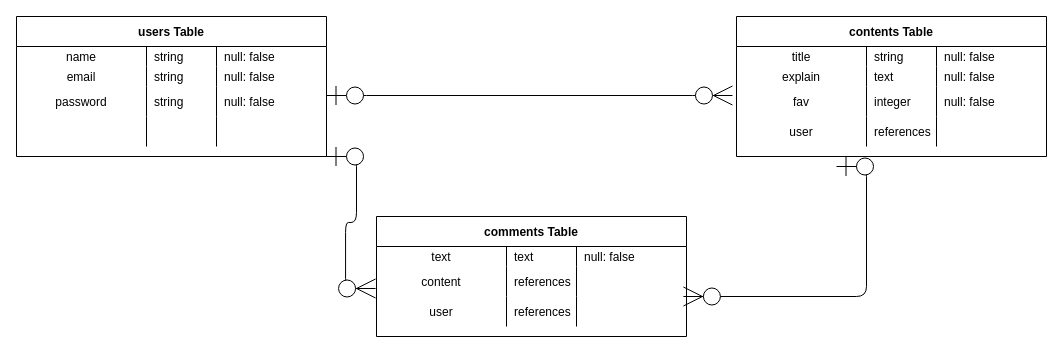
This is ER.dio from kato-0126/shakujii-forest, a draw.io file, before an edit. Source tidied: cells renumbered, new cells numbered last; positions are measured from the earlier drawing's top-left corner, leaving out a move shared by most shapes. Both pictures are drawn from the tidied source at 100%, with x=0, y=0 at pixel (16, 16).
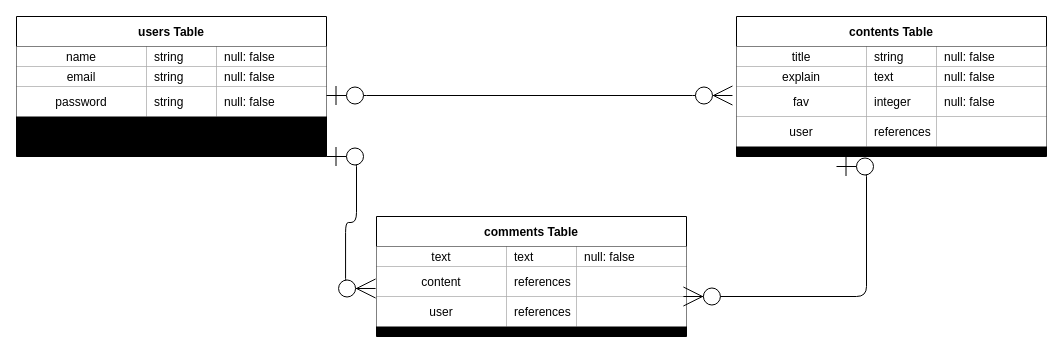
The same diagram, later.

The change refers to these unchanged cells:
```xml
<mxCell id="3" style="shape=partialRectangle;fillColor=none;top=0;left=0;bottom=0;right=0;" parent="2" vertex="1">
  <mxGeometry y="30" width="310" height="20" as="geometry" />
</mxCell>
<mxCell id="7" style="shape=partialRectangle;fillColor=none;top=0;left=0;bottom=0;right=0;" parent="2" vertex="1">
  <mxGeometry y="50" width="310" height="20" as="geometry" />
</mxCell>
<mxCell id="11" style="shape=partialRectangle;fillColor=none;top=0;left=0;bottom=0;right=0;points=[[0,0.5],[1,0.5]];portConstraint=eastwest;" parent="2" vertex="1">
  <mxGeometry y="70" width="310" height="30" as="geometry" />
</mxCell>
<mxCell id="15" style="shape=partialRectangle;fillColor=none;top=0;left=0;bottom=0;right=0;" parent="2" vertex="1">
  <mxGeometry y="100" width="310" height="30" as="geometry" />
</mxCell>
<mxCell id="20" style="shape=partialRectangle;fillColor=none;top=0;left=0;bottom=0;right=0;" parent="19" vertex="1">
  <mxGeometry y="30" width="310" height="20" as="geometry" />
</mxCell>
<mxCell id="24" style="shape=partialRectangle;fillColor=none;top=0;left=0;bottom=0;right=0;" parent="19" vertex="1">
  <mxGeometry y="50" width="310" height="20" as="geometry" />
</mxCell>
<mxCell id="28" style="shape=partialRectangle;fillColor=none;top=0;left=0;bottom=0;right=0;" parent="19" vertex="1">
  <mxGeometry y="70" width="310" height="30" as="geometry" />
</mxCell>
<mxCell id="38" style="shape=partialRectangle;fillColor=none;top=0;left=0;bottom=0;right=0;" parent="37" vertex="1">
  <mxGeometry y="30" width="310" height="20" as="geometry" />
</mxCell>
<mxCell id="42" style="shape=partialRectangle;fillColor=none;top=0;left=0;bottom=0;right=0;points=[[0,0.5],[1,0.5]];portConstraint=eastwest;" parent="37" vertex="1">
  <mxGeometry y="50" width="310" height="30" as="geometry" />
</mxCell>
<mxCell id="46" style="shape=partialRectangle;fillColor=none;top=0;left=0;bottom=0;right=0;points=[[0,0.5],[1,0.5]];portConstraint=eastwest;" parent="37" vertex="1">
  <mxGeometry y="80" width="310" height="30" as="geometry" />
</mxCell>
```

Change to the diagram source:
```diff
@@
-    <mxCell id="2" value="contents Table" style="shape=table;startSize=30;childLayout=tableLayout;rowLines=0;fontStyle=1;align=center;strokeWidth=1;" parent="1" vertex="1">
+    <mxCell id="2" value="contents Table" style="shape=table;startSize=30;childLayout=tableLayout;rowLines=0;fontStyle=1;align=center;strokeWidth=1;swimlaneFillColor=#000000;labelBorderColor=none;labelBackgroundColor=none;" parent="1" vertex="1">
       <mxGeometry x="720" width="310" height="140" as="geometry" />
     </mxCell>
@@
-    <mxCell id="4" value="title" style="shape=partialRectangle;fillColor=none;top=0;left=0;bottom=0;right=0;fontStyle=0;overflow=hidden;" parent="3" vertex="1">
+    <mxCell id="4" value="title" style="shape=partialRectangle;top=0;left=0;bottom=0;right=0;fontStyle=0;overflow=hidden;" parent="3" vertex="1">
       <mxGeometry width="130" height="20" as="geometry" />
     </mxCell>
-    <mxCell id="5" value="string" style="shape=partialRectangle;fillColor=none;top=0;left=0;bottom=0;right=0;align=left;spacingLeft=6;fontStyle=0;overflow=hidden;" parent="3" vertex="1">
+    <mxCell id="5" value="string" style="shape=partialRectangle;top=0;left=0;bottom=0;right=0;align=left;spacingLeft=6;fontStyle=0;overflow=hidden;" parent="3" vertex="1">
       <mxGeometry x="130" width="70" height="20" as="geometry" />
     </mxCell>
-    <mxCell id="6" value="null: false" style="shape=partialRectangle;fillColor=none;top=0;left=0;bottom=0;right=0;align=left;spacingLeft=6;fontStyle=0;overflow=hidden;" parent="3" vertex="1">
+    <mxCell id="6" value="null: false" style="shape=partialRectangle;top=0;left=0;bottom=0;right=0;align=left;spacingLeft=6;fontStyle=0;overflow=hidden;" parent="3" vertex="1">
       <mxGeometry x="200" width="110" height="20" as="geometry" />
     </mxCell>
@@
-    <mxCell id="8" value="explain" style="shape=partialRectangle;fillColor=none;top=0;left=0;bottom=0;right=0;fontStyle=0;overflow=hidden;" parent="7" vertex="1">
+    <mxCell id="8" value="explain" style="shape=partialRectangle;top=0;left=0;bottom=0;right=0;fontStyle=0;overflow=hidden;" parent="7" vertex="1">
       <mxGeometry width="130" height="20" as="geometry" />
     </mxCell>
-    <mxCell id="9" value="text" style="shape=partialRectangle;fillColor=none;top=0;left=0;bottom=0;right=0;align=left;spacingLeft=6;fontStyle=0;overflow=hidden;" parent="7" vertex="1">
+    <mxCell id="9" value="text" style="shape=partialRectangle;top=0;left=0;bottom=0;right=0;align=left;spacingLeft=6;fontStyle=0;overflow=hidden;" parent="7" vertex="1">
       <mxGeometry x="130" width="70" height="20" as="geometry" />
     </mxCell>
-    <mxCell id="10" value="null: false" style="shape=partialRectangle;fillColor=none;top=0;left=0;bottom=0;right=0;align=left;spacingLeft=6;fontStyle=0;overflow=hidden;" parent="7" vertex="1">
+    <mxCell id="10" value="null: false" style="shape=partialRectangle;top=0;left=0;bottom=0;right=0;align=left;spacingLeft=6;fontStyle=0;overflow=hidden;" parent="7" vertex="1">
       <mxGeometry x="200" width="110" height="20" as="geometry" />
     </mxCell>
@@
-    <mxCell id="12" value="fav" style="shape=partialRectangle;fillColor=none;top=0;left=0;bottom=0;right=0;overflow=hidden;" parent="11" vertex="1">
+    <mxCell id="12" value="fav" style="shape=partialRectangle;top=0;left=0;bottom=0;right=0;overflow=hidden;" parent="11" vertex="1">
       <mxGeometry width="130" height="30" as="geometry" />
     </mxCell>
-    <mxCell id="13" value="integer" style="shape=partialRectangle;fillColor=none;top=0;left=0;bottom=0;right=0;align=left;spacingLeft=6;overflow=hidden;" parent="11" vertex="1">
+    <mxCell id="13" value="integer" style="shape=partialRectangle;top=0;left=0;bottom=0;right=0;align=left;spacingLeft=6;overflow=hidden;" parent="11" vertex="1">
       <mxGeometry x="130" width="70" height="30" as="geometry" />
     </mxCell>
-    <mxCell id="14" value="null: false" style="shape=partialRectangle;fillColor=none;top=0;left=0;bottom=0;right=0;align=left;spacingLeft=6;overflow=hidden;" parent="11" vertex="1">
+    <mxCell id="14" value="null: false" style="shape=partialRectangle;top=0;left=0;bottom=0;right=0;align=left;spacingLeft=6;overflow=hidden;" parent="11" vertex="1">
       <mxGeometry x="200" width="110" height="30" as="geometry" />
     </mxCell>
@@
-    <mxCell id="16" value="user" style="shape=partialRectangle;fillColor=none;top=0;left=0;bottom=0;right=0;overflow=hidden;strokeColor=#F0F0F0;perimeterSpacing=0;strokeWidth=1;shadow=0;" parent="15" vertex="1">
+    <mxCell id="16" value="user" style="shape=partialRectangle;top=0;left=0;bottom=0;right=0;overflow=hidden;strokeColor=#F0F0F0;perimeterSpacing=0;strokeWidth=1;shadow=0;" parent="15" vertex="1">
       <mxGeometry width="130" height="30" as="geometry" />
     </mxCell>
-    <mxCell id="17" value="references" style="shape=partialRectangle;fillColor=none;top=0;left=0;bottom=0;right=0;align=left;spacingLeft=6;overflow=hidden;perimeterSpacing=0;strokeWidth=1;shadow=0;" parent="15" vertex="1">
+    <mxCell id="17" value="references" style="shape=partialRectangle;top=0;left=0;bottom=0;right=0;align=left;spacingLeft=6;overflow=hidden;perimeterSpacing=0;strokeWidth=1;shadow=0;" parent="15" vertex="1">
       <mxGeometry x="130" width="70" height="30" as="geometry" />
     </mxCell>
-    <mxCell id="18" style="shape=partialRectangle;fillColor=none;top=0;left=0;bottom=0;right=0;align=left;spacingLeft=6;overflow=hidden;perimeterSpacing=0;strokeWidth=1;shadow=0;" parent="15" vertex="1">
+    <mxCell id="18" style="shape=partialRectangle;top=0;left=0;bottom=0;right=0;align=left;spacingLeft=6;overflow=hidden;perimeterSpacing=0;strokeWidth=1;shadow=0;" parent="15" vertex="1">
       <mxGeometry x="200" width="110" height="30" as="geometry" />
     </mxCell>
-    <mxCell id="19" value="users Table" style="shape=table;startSize=30;childLayout=tableLayout;rowLines=0;fontStyle=1;align=center;strokeWidth=1;" parent="1" vertex="1">
+    <mxCell id="19" value="users Table" style="shape=table;startSize=30;childLayout=tableLayout;rowLines=0;fontStyle=1;align=center;strokeWidth=1;labelBorderColor=none;swimlaneFillColor=#000000;" parent="1" vertex="1">
       <mxGeometry width="310" height="140" as="geometry" />
     </mxCell>
@@
-    <mxCell id="21" value="name" style="shape=partialRectangle;fillColor=none;top=0;left=0;bottom=0;right=0;fontStyle=0;overflow=hidden;" parent="20" vertex="1">
+    <mxCell id="21" value="name" style="shape=partialRectangle;top=0;left=0;bottom=0;right=0;fontStyle=0;overflow=hidden;" parent="20" vertex="1">
       <mxGeometry width="130" height="20" as="geometry" />
     </mxCell>
-    <mxCell id="22" value="string" style="shape=partialRectangle;fillColor=none;top=0;left=0;bottom=0;right=0;align=left;spacingLeft=6;fontStyle=0;overflow=hidden;" parent="20" vertex="1">
+    <mxCell id="22" value="string" style="shape=partialRectangle;top=0;left=0;bottom=0;right=0;align=left;spacingLeft=6;fontStyle=0;overflow=hidden;" parent="20" vertex="1">
       <mxGeometry x="130" width="70" height="20" as="geometry" />
     </mxCell>
-    <mxCell id="23" value="null: false" style="shape=partialRectangle;fillColor=none;top=0;left=0;bottom=0;right=0;align=left;spacingLeft=6;fontStyle=0;overflow=hidden;" parent="20" vertex="1">
+    <mxCell id="23" value="null: false" style="shape=partialRectangle;top=0;left=0;bottom=0;right=0;align=left;spacingLeft=6;fontStyle=0;overflow=hidden;" parent="20" vertex="1">
       <mxGeometry x="200" width="110" height="20" as="geometry" />
     </mxCell>
@@
-    <mxCell id="25" value="email" style="shape=partialRectangle;fillColor=none;top=0;left=0;bottom=0;right=0;fontStyle=0;overflow=hidden;" parent="24" vertex="1">
+    <mxCell id="25" value="email" style="shape=partialRectangle;top=0;left=0;bottom=0;right=0;fontStyle=0;overflow=hidden;" parent="24" vertex="1">
       <mxGeometry width="130" height="20" as="geometry" />
     </mxCell>
-    <mxCell id="26" value="string" style="shape=partialRectangle;fillColor=none;top=0;left=0;bottom=0;right=0;align=left;spacingLeft=6;fontStyle=0;overflow=hidden;" parent="24" vertex="1">
+    <mxCell id="26" value="string" style="shape=partialRectangle;top=0;left=0;bottom=0;right=0;align=left;spacingLeft=6;fontStyle=0;overflow=hidden;" parent="24" vertex="1">
       <mxGeometry x="130" width="70" height="20" as="geometry" />
     </mxCell>
-    <mxCell id="27" value="null: false" style="shape=partialRectangle;fillColor=none;top=0;left=0;bottom=0;right=0;align=left;spacingLeft=6;fontStyle=0;overflow=hidden;" parent="24" vertex="1">
+    <mxCell id="27" value="null: false" style="shape=partialRectangle;top=0;left=0;bottom=0;right=0;align=left;spacingLeft=6;fontStyle=0;overflow=hidden;" parent="24" vertex="1">
       <mxGeometry x="200" width="110" height="20" as="geometry" />
     </mxCell>
@@
-    <mxCell id="29" value="password" style="shape=partialRectangle;fillColor=none;top=0;left=0;bottom=0;right=0;overflow=hidden;" parent="28" vertex="1">
+    <mxCell id="29" value="password" style="shape=partialRectangle;top=0;left=0;bottom=0;right=0;overflow=hidden;" parent="28" vertex="1">
       <mxGeometry width="130" height="30" as="geometry" />
     </mxCell>
-    <mxCell id="30" value="string" style="shape=partialRectangle;fillColor=none;top=0;left=0;bottom=0;right=0;align=left;spacingLeft=6;overflow=hidden;" parent="28" vertex="1">
+    <mxCell id="30" value="string" style="shape=partialRectangle;top=0;left=0;bottom=0;right=0;align=left;spacingLeft=6;overflow=hidden;" parent="28" vertex="1">
       <mxGeometry x="130" width="70" height="30" as="geometry" />
     </mxCell>
-    <mxCell id="31" value="null: false" style="shape=partialRectangle;fillColor=none;top=0;left=0;bottom=0;right=0;align=left;spacingLeft=6;overflow=hidden;" parent="28" vertex="1">
+    <mxCell id="31" value="null: false" style="shape=partialRectangle;top=0;left=0;bottom=0;right=0;align=left;spacingLeft=6;overflow=hidden;" parent="28" vertex="1">
       <mxGeometry x="200" width="110" height="30" as="geometry" />
     </mxCell>
@@
-    <mxCell id="37" value="comments Table" style="shape=table;startSize=30;childLayout=tableLayout;rowLines=0;fontStyle=1;align=center;strokeWidth=1;" parent="1" vertex="1">
+    <mxCell id="37" value="comments Table" style="shape=table;startSize=30;childLayout=tableLayout;rowLines=0;fontStyle=1;align=center;strokeWidth=1;swimlaneFillColor=#000000;labelBackgroundColor=none;" parent="1" vertex="1">
       <mxGeometry x="360" y="200" width="310" height="120" as="geometry" />
     </mxCell>
@@
-    <mxCell id="39" value="text" style="shape=partialRectangle;fillColor=none;top=0;left=0;bottom=0;right=0;fontStyle=0;overflow=hidden;" parent="38" vertex="1">
+    <mxCell id="39" value="text" style="shape=partialRectangle;top=0;left=0;bottom=0;right=0;fontStyle=0;overflow=hidden;" parent="38" vertex="1">
       <mxGeometry width="130" height="20" as="geometry" />
     </mxCell>
-    <mxCell id="40" value="text" style="shape=partialRectangle;fillColor=none;top=0;left=0;bottom=0;right=0;align=left;spacingLeft=6;fontStyle=0;overflow=hidden;" parent="38" vertex="1">
+    <mxCell id="40" value="text" style="shape=partialRectangle;top=0;left=0;bottom=0;right=0;align=left;spacingLeft=6;fontStyle=0;overflow=hidden;" parent="38" vertex="1">
       <mxGeometry x="130" width="70" height="20" as="geometry" />
     </mxCell>
-    <mxCell id="41" value="null: false" style="shape=partialRectangle;fillColor=none;top=0;left=0;bottom=0;right=0;align=left;spacingLeft=6;fontStyle=0;overflow=hidden;" parent="38" vertex="1">
+    <mxCell id="41" value="null: false" style="shape=partialRectangle;top=0;left=0;bottom=0;right=0;align=left;spacingLeft=6;fontStyle=0;overflow=hidden;" parent="38" vertex="1">
       <mxGeometry x="200" width="110" height="20" as="geometry" />
     </mxCell>
@@
-    <mxCell id="43" value="content" style="shape=partialRectangle;fillColor=none;top=0;left=0;bottom=0;right=0;overflow=hidden;" parent="42" vertex="1">
+    <mxCell id="43" value="content" style="shape=partialRectangle;top=0;left=0;bottom=0;right=0;overflow=hidden;" parent="42" vertex="1">
       <mxGeometry width="130" height="30" as="geometry" />
     </mxCell>
-    <mxCell id="44" value="references" style="shape=partialRectangle;fillColor=none;top=0;left=0;bottom=0;right=0;align=left;spacingLeft=6;overflow=hidden;" parent="42" vertex="1">
+    <mxCell id="44" value="references" style="shape=partialRectangle;top=0;left=0;bottom=0;right=0;align=left;spacingLeft=6;overflow=hidden;" parent="42" vertex="1">
       <mxGeometry x="130" width="70" height="30" as="geometry" />
     </mxCell>
-    <mxCell id="45" style="shape=partialRectangle;fillColor=none;top=0;left=0;bottom=0;right=0;align=left;spacingLeft=6;overflow=hidden;" parent="42" vertex="1">
+    <mxCell id="45" style="shape=partialRectangle;top=0;left=0;bottom=0;right=0;align=left;spacingLeft=6;overflow=hidden;" parent="42" vertex="1">
       <mxGeometry x="200" width="110" height="30" as="geometry" />
     </mxCell>
@@
-    <mxCell id="47" value="user" style="shape=partialRectangle;fillColor=none;top=0;left=0;bottom=0;right=0;overflow=hidden;strokeColor=#F0F0F0;perimeterSpacing=0;strokeWidth=1;shadow=0;" parent="46" vertex="1">
+    <mxCell id="47" value="user" style="shape=partialRectangle;top=0;left=0;bottom=0;right=0;overflow=hidden;strokeColor=#F0F0F0;perimeterSpacing=0;strokeWidth=1;shadow=0;" parent="46" vertex="1">
       <mxGeometry width="130" height="30" as="geometry" />
     </mxCell>
-    <mxCell id="48" value="references" style="shape=partialRectangle;fillColor=none;top=0;left=0;bottom=0;right=0;align=left;spacingLeft=6;overflow=hidden;perimeterSpacing=0;strokeWidth=1;shadow=0;" parent="46" vertex="1">
+    <mxCell id="48" value="references" style="shape=partialRectangle;top=0;left=0;bottom=0;right=0;align=left;spacingLeft=6;overflow=hidden;perimeterSpacing=0;strokeWidth=1;shadow=0;" parent="46" vertex="1">
       <mxGeometry x="130" width="70" height="30" as="geometry" />
     </mxCell>
-    <mxCell id="49" style="shape=partialRectangle;fillColor=none;top=0;left=0;bottom=0;right=0;align=left;spacingLeft=6;overflow=hidden;perimeterSpacing=0;strokeWidth=1;shadow=0;" parent="46" vertex="1">
+    <mxCell id="49" style="shape=partialRectangle;top=0;left=0;bottom=0;right=0;align=left;spacingLeft=6;overflow=hidden;perimeterSpacing=0;strokeWidth=1;shadow=0;" parent="46" vertex="1">
       <mxGeometry x="200" width="110" height="30" as="geometry" />
     </mxCell>
```
